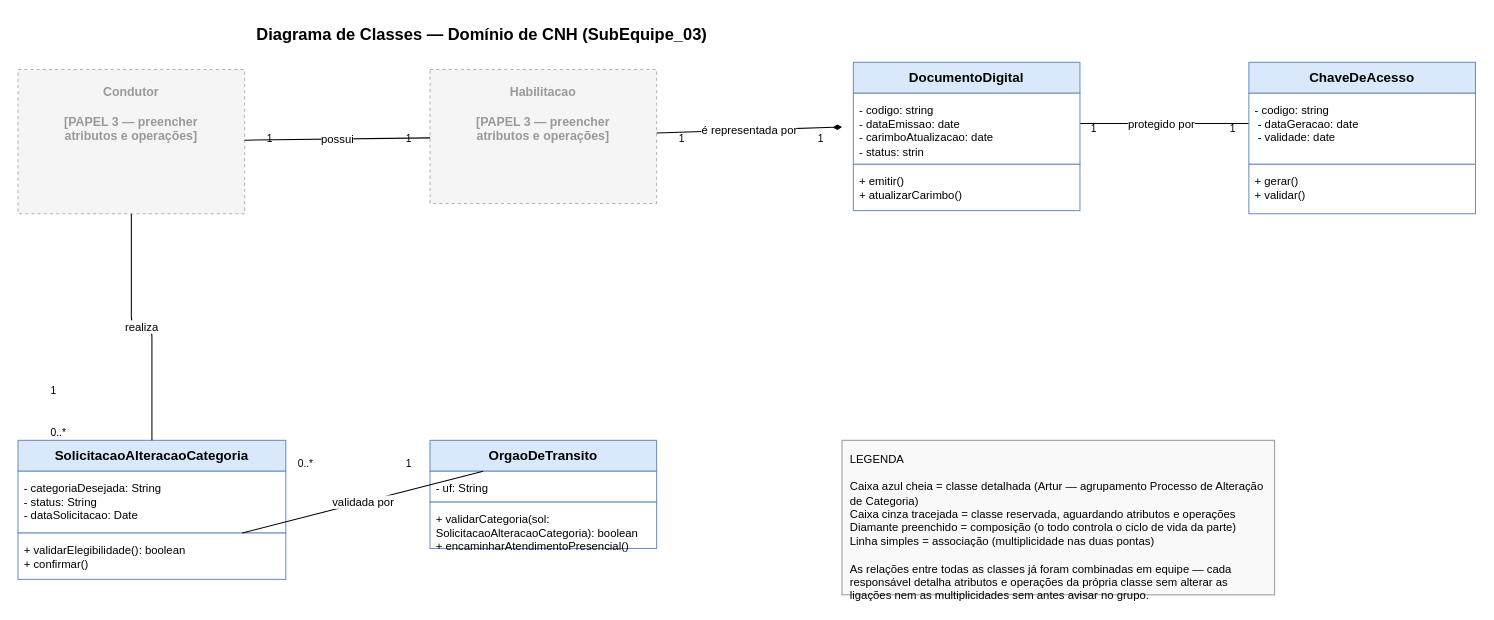
Earlier version of the draw.io diagram page "Diagrama de Classes" (1 of 2) of docs/Base/assets/diagrama-classes-sub03.drawio (UnBArqDsw2026-2-Turma02/2026.2-T02-_G6_ProjetoAplicativoMovel_Entrega02). Source tidied: cells renumbered, new cells numbered last; positions are measured from the earlier drawing's top-left corner, leaving out a move shared by most shapes. Both pictures are drawn from the tidied source at 103%, with x=0, y=0 at pixel (18, 18).
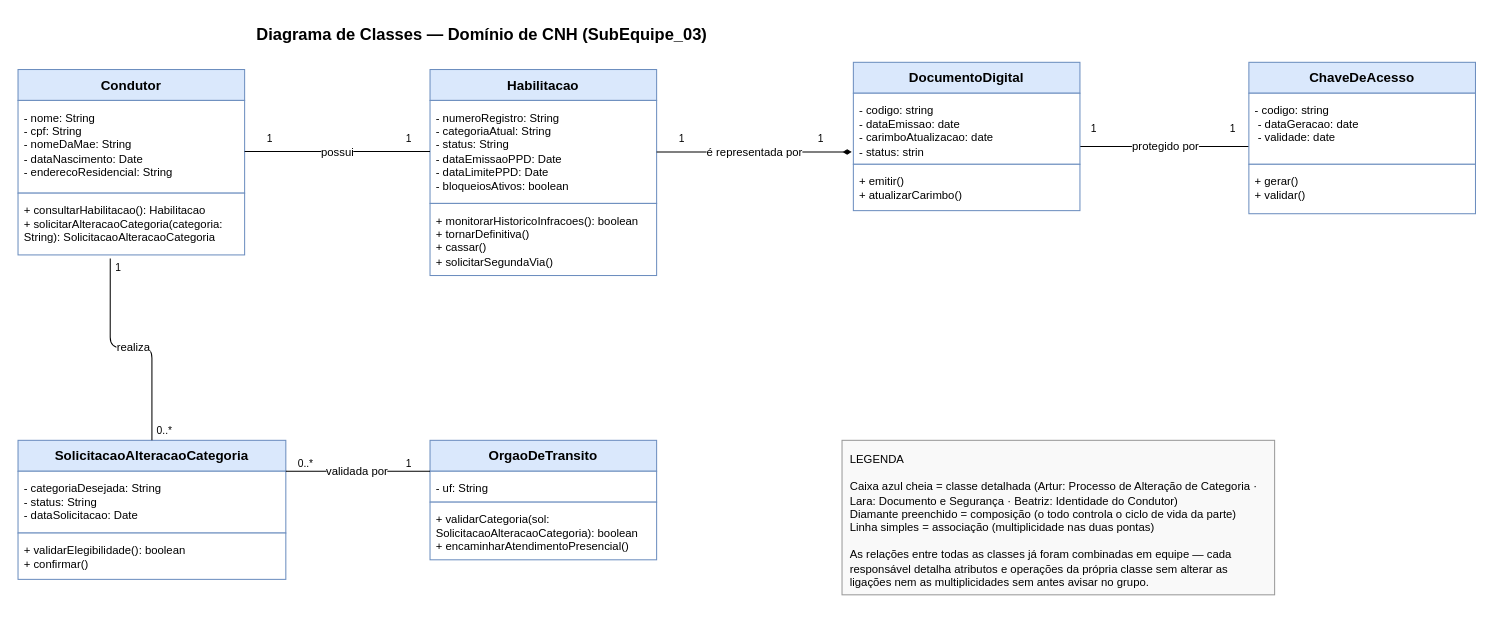
After the change.

Commit message (it also covers changes not shown here):
docs(sub03): adiciona contribuições de Beatriz Santos à Entrega 2

Unchanged cells that the change refers to:
```xml
<mxCell id="5" value="SolicitacaoAlteracaoCategoria" style="rounded=0;whiteSpace=wrap;html=1;fillColor=#dae8fc;strokeColor=#6c8ebf;fontStyle=1;fontSize=13;align=center;verticalAlign=middle;" parent="1" vertex="1">
  <mxGeometry y="410" width="260" height="30" as="geometry" />
</mxCell>
<mxCell id="6" value="- categoriaDesejada: String&#10;- status: String&#10;- dataSolicitacao: Date" style="rounded=0;whiteSpace=wrap;html=1;fillColor=#ffffff;strokeColor=#6c8ebf;fontSize=11;align=left;verticalAlign=top;spacing=6;" parent="1" vertex="1">
  <mxGeometry y="440" width="260" height="60" as="geometry" />
</mxCell>
<mxCell id="7" value="+ validarElegibilidade(): boolean&#10;+ confirmar()" style="rounded=0;whiteSpace=wrap;html=1;fillColor=#ffffff;strokeColor=#6c8ebf;fontSize=11;align=left;verticalAlign=top;spacing=6;" parent="1" vertex="1">
  <mxGeometry y="500" width="260" height="45" as="geometry" />
</mxCell>
<mxCell id="8" value="OrgaoDeTransito" style="rounded=0;whiteSpace=wrap;html=1;fillColor=#dae8fc;strokeColor=#6c8ebf;fontStyle=1;fontSize=13;align=center;verticalAlign=middle;" parent="1" vertex="1">
  <mxGeometry x="400" y="410" width="220" height="30" as="geometry" />
</mxCell>
<mxCell id="9" value="- uf: String" style="rounded=0;whiteSpace=wrap;html=1;fillColor=#ffffff;strokeColor=#6c8ebf;fontSize=11;align=left;verticalAlign=top;spacing=6;" parent="1" vertex="1">
  <mxGeometry x="400" y="440" width="220" height="30" as="geometry" />
</mxCell>
<mxCell id="28" value="- codigo: string&lt;br/&gt;- dataEmissao: date&lt;br/&gt;- carimboAtualizacao: date&lt;br/&gt;- status: strin" style="rounded=0;whiteSpace=wrap;html=1;fillColor=#ffffff;strokeColor=#6c8ebf;fontSize=11;align=left;verticalAlign=top;spacing=6;" parent="1" vertex="1">
  <mxGeometry x="811" y="73" width="220" height="69" as="geometry" />
</mxCell>
<mxCell id="31" value="&lt;div&gt;- codigo: string&lt;/div&gt;&lt;div&gt;&amp;nbsp;- dataGeracao: date&lt;/div&gt;&lt;div&gt;&amp;nbsp;- validade: date&lt;/div&gt;" style="rounded=0;whiteSpace=wrap;html=1;fillColor=#ffffff;strokeColor=#6c8ebf;fontSize=11;align=left;verticalAlign=top;spacing=6;" parent="1" vertex="1">
  <mxGeometry x="1195" y="73" width="220" height="69" as="geometry" />
</mxCell>
```

The edit, as a diff of the source:
```diff
@@
-    <mxCell id="3" value="Condutor&#10;&#10;[PAPEL 3 — preencher&#10;atributos e operações]" style="rounded=0;whiteSpace=wrap;html=1;fillColor=#f5f5f5;strokeColor=#b3b3b3;dashed=1;fontSize=12;fontColor=#999999;verticalAlign=top;spacing=10;fontStyle=1;" parent="1" vertex="1">
-      <mxGeometry y="50" width="220" height="140" as="geometry" />
+    <mxCell id="3" value="Condutor" style="rounded=0;whiteSpace=wrap;html=1;fillColor=#dae8fc;strokeColor=#6c8ebf;fontStyle=1;fontSize=13;align=center;verticalAlign=middle;" parent="1" vertex="1">
+      <mxGeometry y="50" width="220" height="30" as="geometry" />
     </mxCell>
+    <mxCell id="33" value="- nome: String&#10;- cpf: String&#10;- nomeDaMae: String&#10;- dataNascimento: Date&#10;- enderecoResidencial: String" style="rounded=0;whiteSpace=wrap;html=1;fillColor=#ffffff;strokeColor=#6c8ebf;fontSize=11;align=left;verticalAlign=top;spacing=6;" parent="1" vertex="1">
+      <mxGeometry y="80" width="220" height="90" as="geometry" />
+    </mxCell>
+    <mxCell id="34" value="+ consultarHabilitacao(): Habilitacao&#10;+ solicitarAlteracaoCategoria(categoria: String): SolicitacaoAlteracaoCategoria" style="rounded=0;whiteSpace=wrap;html=1;fillColor=#ffffff;strokeColor=#6c8ebf;fontSize=11;align=left;verticalAlign=top;spacing=6;" parent="1" vertex="1">
+      <mxGeometry y="170" width="220" height="60" as="geometry" />
+    </mxCell>
-    <mxCell id="4" value="Habilitacao&#10;&#10;[PAPEL 3 — preencher&#10;atributos e operações]" style="rounded=0;whiteSpace=wrap;html=1;fillColor=#f5f5f5;strokeColor=#b3b3b3;dashed=1;fontSize=12;fontColor=#999999;verticalAlign=top;spacing=10;fontStyle=1;" parent="1" vertex="1">
-      <mxGeometry x="400" y="50" width="220" height="130" as="geometry" />
+    <mxCell id="4" value="Habilitacao" style="rounded=0;whiteSpace=wrap;html=1;fillColor=#dae8fc;strokeColor=#6c8ebf;fontStyle=1;fontSize=13;align=center;verticalAlign=middle;" parent="1" vertex="1">
+      <mxGeometry x="400" y="50" width="220" height="30" as="geometry" />
     </mxCell>
+    <mxCell id="35" value="- numeroRegistro: String&#10;- categoriaAtual: String&#10;- status: String&#10;- dataEmissaoPPD: Date&#10;- dataLimitePPD: Date&#10;- bloqueiosAtivos: boolean" style="rounded=0;whiteSpace=wrap;html=1;fillColor=#ffffff;strokeColor=#6c8ebf;fontSize=11;align=left;verticalAlign=top;spacing=6;" parent="1" vertex="1">
+      <mxGeometry x="400" y="80" width="220" height="100" as="geometry" />
+    </mxCell>
+    <mxCell id="36" value="+ monitorarHistoricoInfracoes(): boolean&#10;+ tornarDefinitiva()&#10;+ cassar()&#10;+ solicitarSegundaVia()" style="rounded=0;whiteSpace=wrap;html=1;fillColor=#ffffff;strokeColor=#6c8ebf;fontSize=11;align=left;verticalAlign=top;spacing=6;" parent="1" vertex="1">
+      <mxGeometry x="400" y="180" width="220" height="70" as="geometry" />
+    </mxCell>
@@
     <mxCell id="10" value="+ validarCategoria(sol: SolicitacaoAlteracaoCategoria): boolean&#10;+ encaminharAtendimentoPresencial()" style="rounded=0;whiteSpace=wrap;html=1;fillColor=#ffffff;strokeColor=#6c8ebf;fontSize=11;align=left;verticalAlign=top;spacing=6;" parent="1" vertex="1">
-      <mxGeometry x="400" y="470" width="220" height="45" as="geometry" />
+      <mxGeometry x="400" y="470" width="220" height="56" as="geometry" />
     </mxCell>
-    <mxCell id="11" value="possui" style="edgeStyle=none;html=1;endArrow=none;startArrow=none;fontSize=11;" parent="1" edge="1" source="3" target="4">
-      <mxGeometry relative="1" as="geometry" />
+    <mxCell id="11" value="possui" style="edgeStyle=none;html=1;endArrow=none;startArrow=none;fontSize=11;" parent="1" edge="1">
+      <mxGeometry relative="1" as="geometry">
+        <mxPoint x="220" y="129.5" as="sourcePoint" />
+        <mxPoint x="400" y="129.5" as="targetPoint" />
+      </mxGeometry>
     </mxCell>
@@
-    <mxCell id="14" value="é representada por" style="edgeStyle=none;html=1;endArrow=diamondThin;startArrow=none;endFill=1;fontSize=11;" parent="1" edge="1" source="4">
+    <mxCell id="14" value="é representada por" style="edgeStyle=none;html=1;endArrow=diamondThin;startArrow=none;endFill=1;fontSize=11;exitX=1;exitY=0.5;exitDx=0;exitDy=0;" parent="1" edge="1" source="35">
       <mxGeometry relative="1" as="geometry">
-        <mxPoint x="800" y="105.9" as="targetPoint" />
+        <mxPoint x="809.5" y="130" as="targetPoint" />
       </mxGeometry>
     </mxCell>
@@
-    <mxCell id="17" value="protegido por" style="edgeStyle=none;html=1;endArrow=none;startArrow=none;fontSize=11;" parent="1" edge="1">
-      <mxGeometry relative="1" as="geometry">
-        <mxPoint x="1020" y="102.5" as="sourcePoint" />
-        <mxPoint x="1200" y="102.5" as="targetPoint" />
-      </mxGeometry>
+    <mxCell id="17" value="protegido por" style="edgeStyle=none;html=1;endArrow=none;startArrow=none;fontSize=11;exitX=1;exitY=0.75;exitDx=0;exitDy=0;entryX=0;entryY=0.75;entryDx=0;entryDy=0;" parent="1" edge="1" source="28" target="31">
+      <mxGeometry x="0.01" relative="1" as="geometry" />
     </mxCell>
@@
-    <mxCell id="20" value="realiza" style="edgeStyle=orthogonalEdgeStyle;html=1;endArrow=none;startArrow=none;fontSize=11;exitX=0.5;exitY=1;entryX=0.5;entryY=0;" parent="1" edge="1" source="3" target="5">
+    <mxCell id="20" value="realiza" style="edgeStyle=orthogonalEdgeStyle;html=1;endArrow=none;startArrow=none;fontSize=11;exitX=0.407;exitY=1.058;entryX=0.5;entryY=0;exitDx=0;exitDy=0;exitPerimeter=0;" parent="1" edge="1" source="34" target="5">
       <mxGeometry relative="1" as="geometry" />
     </mxCell>
     <mxCell id="21" value="1" style="text;html=1;fontSize=10;" parent="1" vertex="1">
-      <mxGeometry x="30" y="350" width="20" height="20" as="geometry" />
+      <mxGeometry x="93" y="230" width="20" height="20" as="geometry" />
     </mxCell>
     <mxCell id="22" value="0..*" style="text;html=1;fontSize=10;" parent="1" vertex="1">
-      <mxGeometry x="30" y="390" width="30" height="20" as="geometry" />
+      <mxGeometry x="133" y="388" width="30" height="20" as="geometry" />
     </mxCell>
-    <mxCell id="23" value="validada por" style="edgeStyle=none;html=1;endArrow=none;startArrow=none;fontSize=11;" parent="1" edge="1" source="7" target="8">
-      <mxGeometry relative="1" as="geometry" />
+    <mxCell id="23" value="validada por" style="edgeStyle=none;html=1;endArrow=none;startArrow=none;fontSize=11;exitX=1;exitY=0;exitDx=0;exitDy=0;entryX=0;entryY=0;entryDx=0;entryDy=0;" parent="1" edge="1" source="6" target="9">
+      <mxGeometry x="-0.01" relative="1" as="geometry" />
     </mxCell>
@@
-    <mxCell id="26" value="LEGENDA&#10;&#10;Caixa azul cheia = classe detalhada (Artur — agrupamento Processo de Alteração de Categoria)&#10;Caixa cinza tracejada = classe reservada, aguardando atributos e operações&#10;Diamante preenchido = composição (o todo controla o ciclo de vida da parte)&#10;Linha simples = associação (multiplicidade nas duas pontas)&#10;&#10;As relações entre todas as classes já foram combinadas em equipe — cada&#10;responsável detalha atributos e operações da própria classe sem alterar as&#10;ligações nem as multiplicidades sem antes avisar no grupo." style="rounded=0;whiteSpace=wrap;html=1;fillColor=#f9f9f9;strokeColor=#999999;align=left;verticalAlign=top;fontSize=11;spacing=8;" parent="1" vertex="1">
+    <mxCell id="26" value="LEGENDA&#10;&#10;Caixa azul cheia = classe detalhada (Artur: Processo de Alteração de Categoria · Lara: Documento e Segurança · Beatriz: Identidade do Condutor)&#10;Diamante preenchido = composição (o todo controla o ciclo de vida da parte)&#10;Linha simples = associação (multiplicidade nas duas pontas)&#10;&#10;As relações entre todas as classes já foram combinadas em equipe — cada&#10;responsável detalha atributos e operações da própria classe sem alterar as&#10;ligações nem as multiplicidades sem antes avisar no grupo." style="rounded=0;whiteSpace=wrap;html=1;fillColor=#f9f9f9;strokeColor=#999999;align=left;verticalAlign=top;fontSize=11;spacing=8;" parent="1" vertex="1">
       <mxGeometry x="800" y="410" width="420" height="150" as="geometry" />
     </mxCell>
```
